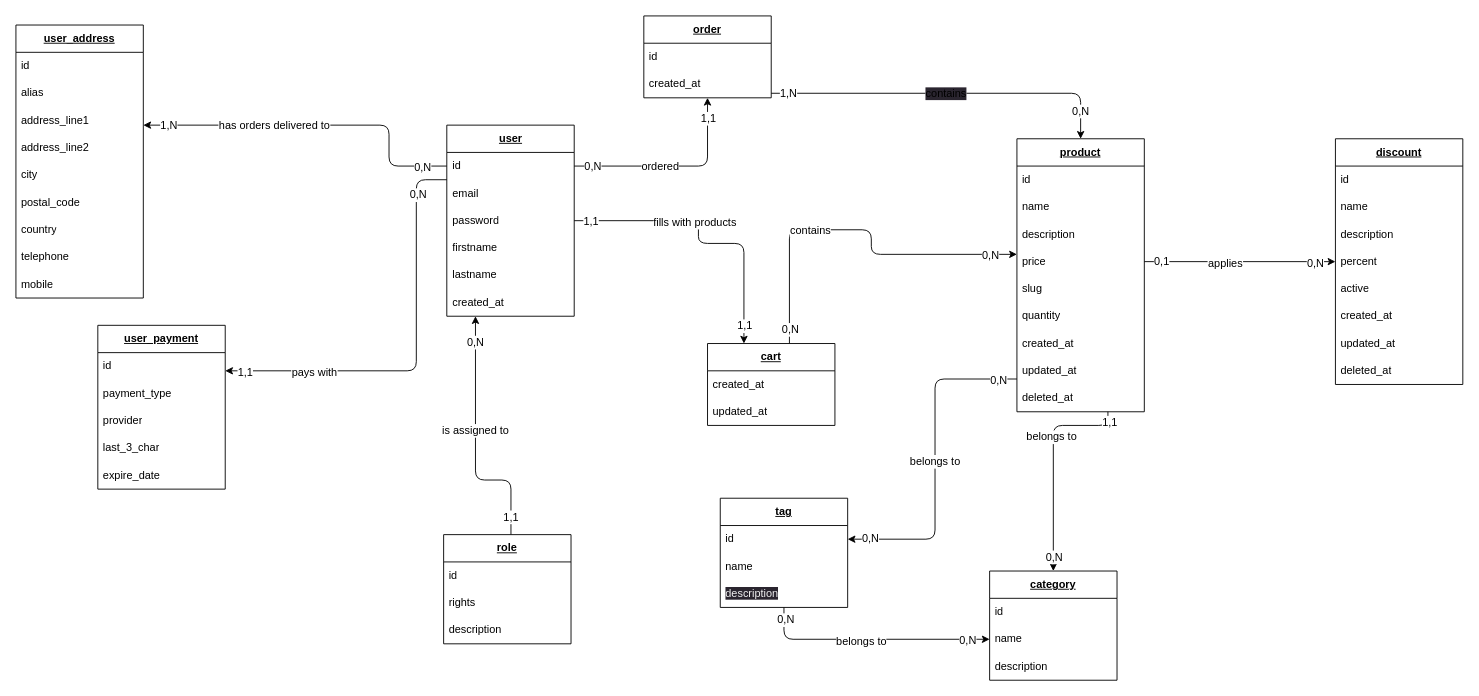
Before: mcd.drawio in felix-hauger/boutique-en-ligne, a draw.io diagram. Source tidied: cells renumbered, new cells numbered last; positions are measured from the earlier drawing's top-left corner, leaving out a move shared by most shapes. Both pictures are drawn from the tidied source at 91%, with x=0, y=0 at pixel (15, 15).
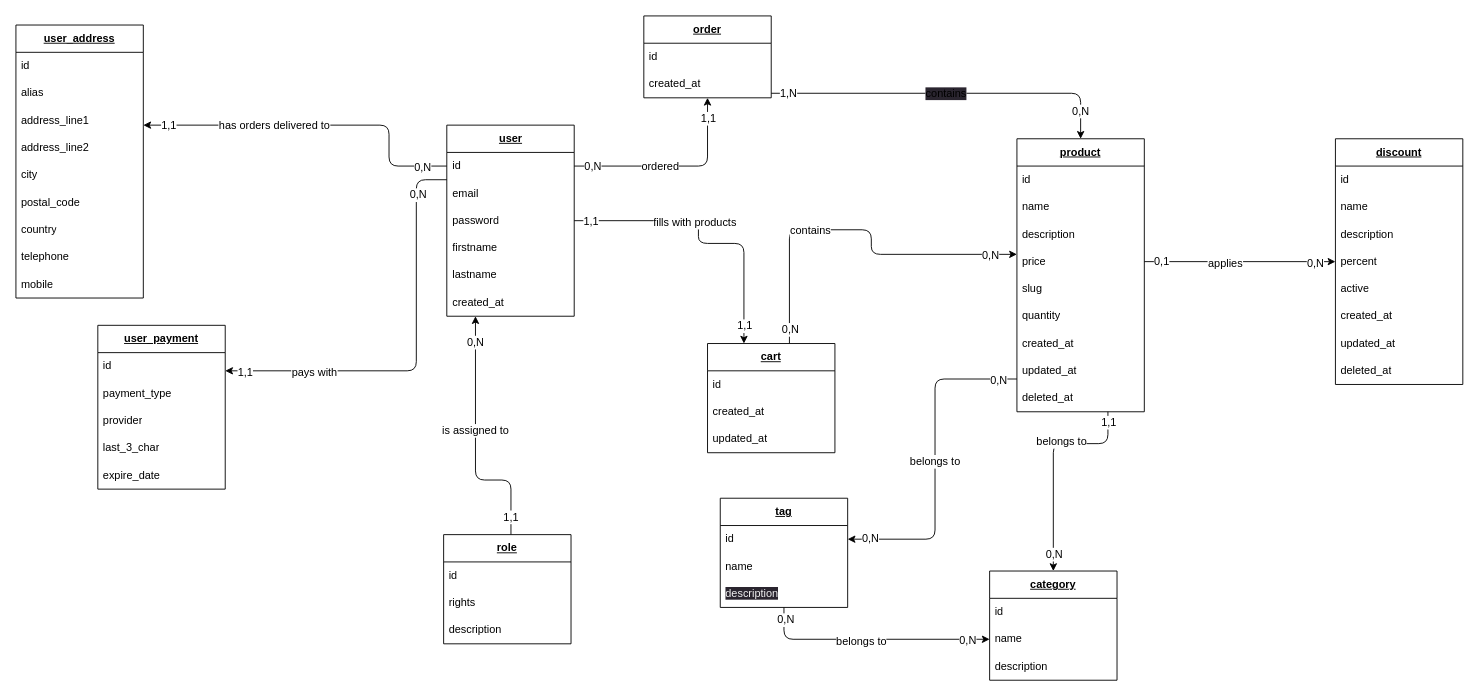
After the change.

Unchanged cells that the change refers to:
```xml
<mxCell id="33" value="&lt;b&gt;&lt;u&gt;category&lt;br&gt;&lt;/u&gt;&lt;/b&gt;" style="swimlane;fontStyle=0;horizontal=1;startSize=30;whiteSpace=wrap;html=1;" parent="32" vertex="1">
  <mxGeometry y="30" width="140" height="120" as="geometry" />
</mxCell>
<mxCell id="78" style="edgeStyle=orthogonalEdgeStyle;html=1;" parent="1" edge="1" source="11" target="62">
  <mxGeometry relative="1" as="geometry">
    <Array as="points">
      <mxPoint x="410" y="165" />
      <mxPoint x="410" y="120" />
    </Array>
  </mxGeometry>
</mxCell>
<mxCell id="86" value="&lt;b&gt;&lt;u&gt;product&lt;/u&gt;&lt;/b&gt;" style="swimlane;fontStyle=0;horizontal=1;startSize=30;whiteSpace=wrap;html=1;" parent="1" vertex="1">
  <mxGeometry x="1100" y="135" width="140" height="300" as="geometry" />
</mxCell>
```

The edit, as a diff of the source:
```diff
@@
     <mxCell id="24" value="&lt;b&gt;&lt;u&gt;cart&lt;/u&gt;&lt;/b&gt;" style="swimlane;fontStyle=0;horizontal=1;startSize=30;whiteSpace=wrap;html=1;" parent="1" vertex="1">
-      <mxGeometry x="760" y="360" width="140" height="90" as="geometry" />
+      <mxGeometry x="760" y="360" width="140" height="120" as="geometry" />
     </mxCell>
+    <mxCell id="109" value="id" style="text;strokeColor=none;fillColor=none;align=left;verticalAlign=middle;spacingLeft=4;spacingRight=4;overflow=hidden;whiteSpace=wrap;html=1;" parent="24" vertex="1">
+      <mxGeometry y="30" width="140" height="30" as="geometry" />
+    </mxCell>
     <mxCell id="25" value="created_at" style="text;strokeColor=none;fillColor=none;align=left;verticalAlign=middle;spacingLeft=4;spacingRight=4;overflow=hidden;whiteSpace=wrap;html=1;" parent="24" vertex="1">
-      <mxGeometry y="30" width="140" height="30" as="geometry" />
+      <mxGeometry y="60" width="140" height="30" as="geometry" />
     </mxCell>
     <mxCell id="26" value="updated_at" style="text;strokeColor=none;fillColor=none;align=left;verticalAlign=middle;spacingLeft=4;spacingRight=4;overflow=hidden;whiteSpace=wrap;html=1;" parent="24" vertex="1">
-      <mxGeometry y="60" width="140" height="30" as="geometry" />
+      <mxGeometry y="90" width="140" height="30" as="geometry" />
     </mxCell>
@@
     <mxCell id="47" style="edgeStyle=orthogonalEdgeStyle;rounded=1;html=1;strokeColor=default;" parent="1" edge="1" source="86" target="33">
       <mxGeometry relative="1" as="geometry">
         <Array as="points">
-          <mxPoint x="1200" y="450" />
-          <mxPoint x="1140" y="450" />
+          <mxPoint x="1200" y="470" />
+          <mxPoint x="1140" y="470" />
         </Array>
       </mxGeometry>
     </mxCell>
@@
     <mxCell id="49" value="1,1" style="edgeLabel;html=1;align=center;verticalAlign=middle;fontSize=12;" parent="47" vertex="1">
-      <mxGeometry x="-0.91" y="1" relative="1" as="geometry" />
+      <mxGeometry x="-0.91" y="1" relative="1" as="geometry">
+        <mxPoint x="-1" as="offset" />
+      </mxGeometry>
     </mxCell>
     <mxCell id="50" value="0,N" style="edgeLabel;html=1;align=center;verticalAlign=middle;fontSize=12;" parent="47" vertex="1">
-      <mxGeometry x="0.86" relative="1" as="geometry" />
+      <mxGeometry x="0.86" relative="1" as="geometry">
+        <mxPoint y="-3" as="offset" />
+      </mxGeometry>
     </mxCell>
@@
-    <mxCell id="80" value="1,N" style="edgeLabel;html=1;align=center;verticalAlign=middle;fontSize=12;" parent="78" vertex="1">
+    <mxCell id="80" value="1,1" style="edgeLabel;html=1;align=center;verticalAlign=middle;fontSize=12;" parent="78" vertex="1">
       <mxGeometry x="0.91" y="2" relative="1" as="geometry">
         <mxPoint x="10" y="-2" as="offset" />
       </mxGeometry>
     </mxCell>
```
